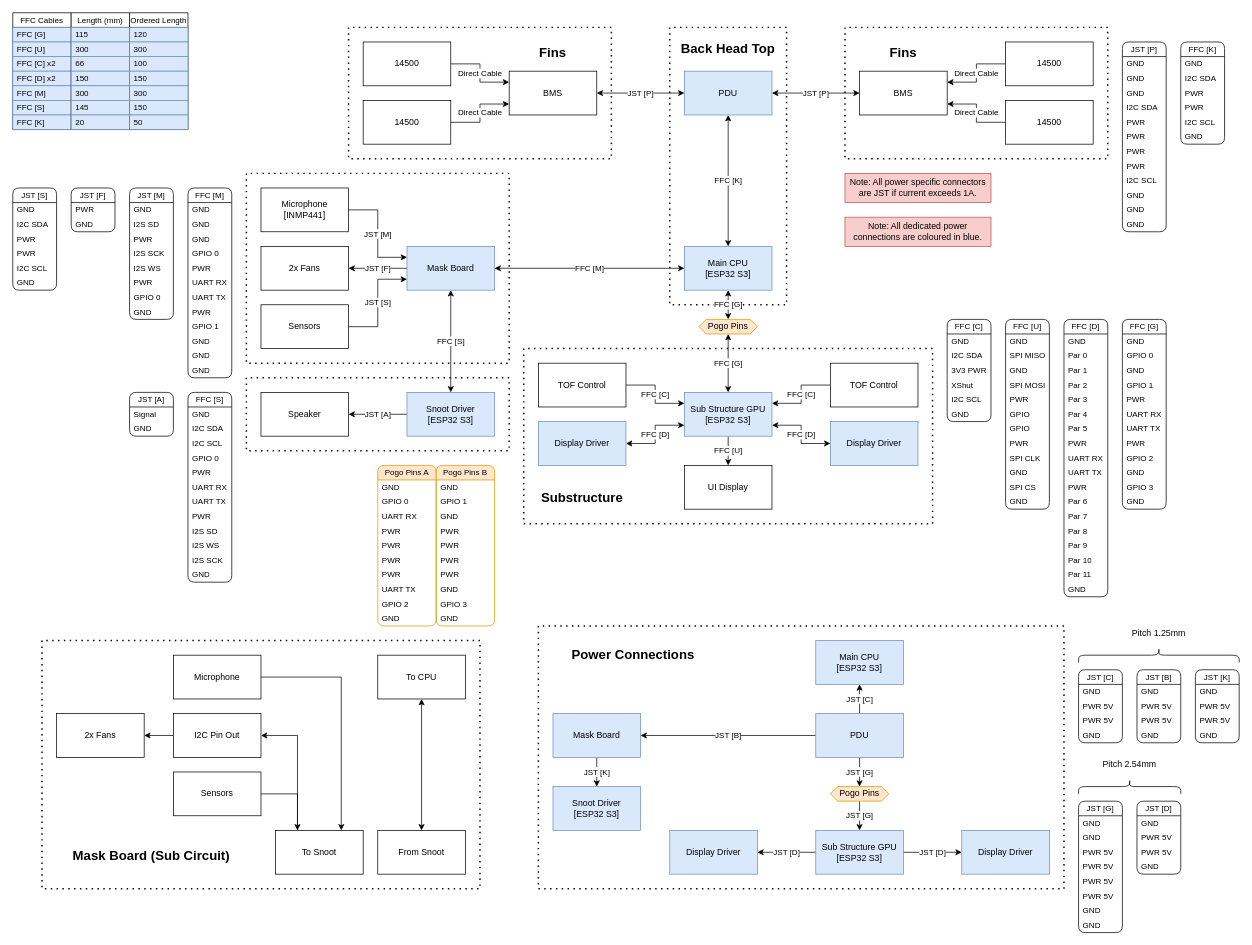
Earlier version of the draw.io diagram page "Connectors & Connections" (2 of 3) of Documents/Electronics.drawio (XCR1793/Synth-Head). Source tidied: cells renumbered, new cells numbered last; positions are measured from the earlier drawing's top-left corner, leaving out a move shared by most shapes. Both pictures are drawn from the tidied source at 73%, with x=0, y=0 at pixel (12, 12).
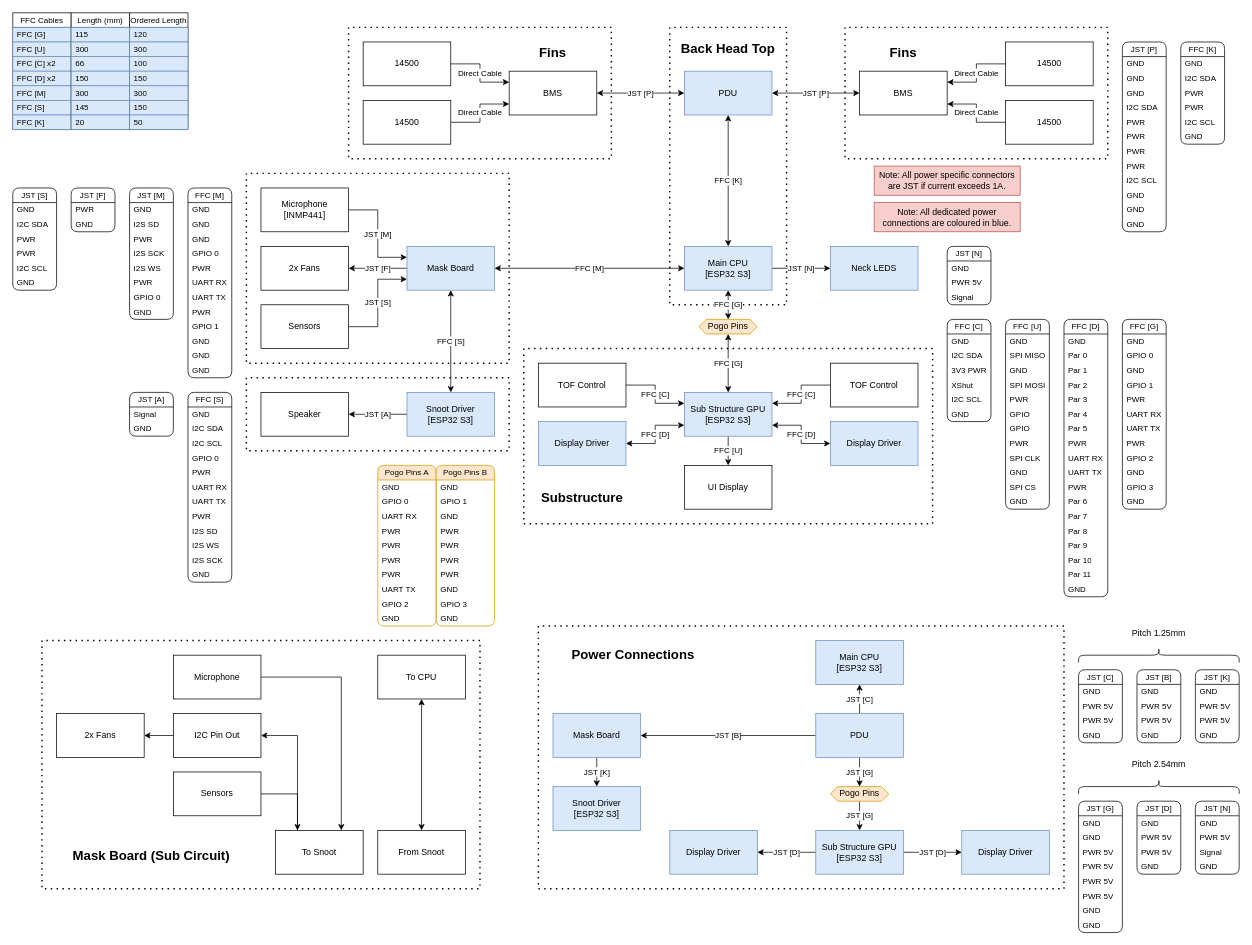
Above is the later version.

The change refers to these unchanged cells:
```xml
<mxCell id="9" value="Main CPU&lt;div&gt;[ESP32 S3]&lt;/div&gt;" style="rounded=0;whiteSpace=wrap;html=1;fontStyle=0;fillColor=#dae8fc;strokeColor=#6c8ebf;" parent="1" vertex="1">
  <mxGeometry x="920" y="320" width="120" height="60" as="geometry" />
</mxCell>
```

What changed in the source:
```diff
@@
+    <mxCell id="285" value="JST [N]" style="edgeStyle=orthogonalEdgeStyle;rounded=0;jettySize=auto;html=1;exitX=1;exitY=0.5;exitDx=0;exitDy=0;entryX=0;entryY=0.5;entryDx=0;entryDy=0;" parent="1" edge="1" source="9" target="286">
+      <mxGeometry relative="1" as="geometry" />
+    </mxCell>
@@
     <mxCell id="178" value="Note: All power specific connectors are JST if current exceeds 1A." style="rounded=0;whiteSpace=wrap;html=1;fillColor=#f8cecc;strokeColor=#b85450;" parent="1" vertex="1">
-      <mxGeometry x="1140" y="220" width="200" height="40" as="geometry" />
+      <mxGeometry x="1180" y="210" width="200" height="40" as="geometry" />
     </mxCell>
     <mxCell id="179" value="Note: All dedicated power connections are coloured in blue." style="rounded=0;whiteSpace=wrap;html=1;fillColor=#f8cecc;strokeColor=#b85450;" parent="1" vertex="1">
-      <mxGeometry x="1140" y="280" width="200" height="40" as="geometry" />
+      <mxGeometry x="1180" y="260" width="200" height="40" as="geometry" />
     </mxCell>
@@
     <mxCell id="243" style="shape=curlyBracket;whiteSpace=wrap;html=1;rounded=1;flipH=1;labelPosition=right;verticalLabelPosition=middle;align=left;verticalAlign=middle;direction=south;" parent="1" vertex="1">
-      <mxGeometry x="1460" y="1050" width="140" height="20" as="geometry" />
+      <mxGeometry x="1460" y="1050" width="220" height="20" as="geometry" />
     </mxCell>
     <mxCell id="244" value="Pitch 2.54mm" style="text;html=1;align=center;verticalAlign=middle;whiteSpace=wrap;rounded=0;" parent="1" vertex="1">
-      <mxGeometry x="1480" y="1020" width="100" height="20" as="geometry" />
+      <mxGeometry x="1520" y="1020" width="100" height="20" as="geometry" />
     </mxCell>
@@
+    <mxCell id="286" value="Neck LEDS" style="rounded=0;whiteSpace=wrap;html=1;fontStyle=0;fillColor=#dae8fc;strokeColor=#6c8ebf;" parent="1" vertex="1">
+      <mxGeometry x="1120" y="320" width="120" height="60" as="geometry" />
+    </mxCell>
+    <mxCell id="287" value="JST [N]" style="swimlane;fontStyle=0;horizontal=1;startSize=20;whiteSpace=wrap;html=1;fontFamily=Helvetica;fontSize=11;fontColor=default;labelBackgroundColor=default;rounded=1;" parent="1" vertex="1">
+      <mxGeometry x="1280" y="320" width="60" height="80" as="geometry" />
+    </mxCell>
+    <mxCell id="288" value="GND" style="text;strokeColor=none;fillColor=none;align=left;verticalAlign=middle;spacingLeft=4;spacingRight=4;overflow=hidden;whiteSpace=wrap;html=1;fontFamily=Helvetica;fontSize=11;fontColor=default;labelBackgroundColor=default;fontStyle=0;" parent="287" vertex="1">
+      <mxGeometry y="20" width="60" height="20" as="geometry" />
+    </mxCell>
+    <mxCell id="289" value="PWR 5V" style="text;strokeColor=none;fillColor=none;align=left;verticalAlign=middle;spacingLeft=4;spacingRight=4;overflow=hidden;whiteSpace=wrap;html=1;fontFamily=Helvetica;fontSize=11;fontColor=default;labelBackgroundColor=default;fontStyle=0;" parent="287" vertex="1">
+      <mxGeometry y="40" width="60" height="20" as="geometry" />
+    </mxCell>
+    <mxCell id="290" value="Signal" style="text;strokeColor=none;fillColor=none;align=left;verticalAlign=middle;spacingLeft=4;spacingRight=4;overflow=hidden;whiteSpace=wrap;html=1;fontFamily=Helvetica;fontSize=11;fontColor=default;labelBackgroundColor=default;fontStyle=0;" parent="287" vertex="1">
+      <mxGeometry y="60" width="60" height="20" as="geometry" />
+    </mxCell>
+    <mxCell id="291" value="JST [N]" style="swimlane;fontStyle=0;horizontal=1;startSize=20;whiteSpace=wrap;html=1;fontFamily=Helvetica;fontSize=11;fontColor=default;labelBackgroundColor=default;rounded=1;" parent="1" vertex="1">
+      <mxGeometry x="1620" y="1080" width="60" height="100" as="geometry" />
+    </mxCell>
+    <mxCell id="292" value="GND" style="text;strokeColor=none;fillColor=none;align=left;verticalAlign=middle;spacingLeft=4;spacingRight=4;overflow=hidden;whiteSpace=wrap;html=1;fontFamily=Helvetica;fontSize=11;fontColor=default;labelBackgroundColor=default;fontStyle=0;" parent="291" vertex="1">
+      <mxGeometry y="20" width="60" height="20" as="geometry" />
+    </mxCell>
+    <mxCell id="293" value="PWR 5V" style="text;strokeColor=none;fillColor=none;align=left;verticalAlign=middle;spacingLeft=4;spacingRight=4;overflow=hidden;whiteSpace=wrap;html=1;fontFamily=Helvetica;fontSize=11;fontColor=default;labelBackgroundColor=default;fontStyle=0;" parent="291" vertex="1">
+      <mxGeometry y="40" width="60" height="20" as="geometry" />
+    </mxCell>
+    <mxCell id="294" value="Signal" style="text;strokeColor=none;fillColor=none;align=left;verticalAlign=middle;spacingLeft=4;spacingRight=4;overflow=hidden;whiteSpace=wrap;html=1;fontFamily=Helvetica;fontSize=11;fontColor=default;labelBackgroundColor=default;fontStyle=0;" parent="291" vertex="1">
+      <mxGeometry y="60" width="60" height="20" as="geometry" />
+    </mxCell>
+    <mxCell id="295" value="GND" style="text;strokeColor=none;fillColor=none;align=left;verticalAlign=middle;spacingLeft=4;spacingRight=4;overflow=hidden;whiteSpace=wrap;html=1;fontFamily=Helvetica;fontSize=11;fontColor=default;labelBackgroundColor=default;fontStyle=0;" parent="291" vertex="1">
+      <mxGeometry y="80" width="60" height="20" as="geometry" />
+    </mxCell>
```
